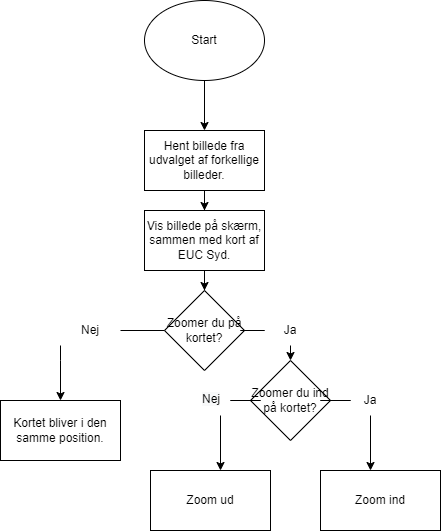
EUCSydGuessr/SDB-EUC-Syd-Guessr keeps this draw.io diagram as Rutediagram program.drawio.png. Above is the earlier version. Source tidied: cells renumbered, new cells last; positions are measured from the earlier drawing's top-left corner, leaving out a move shared by most shapes.
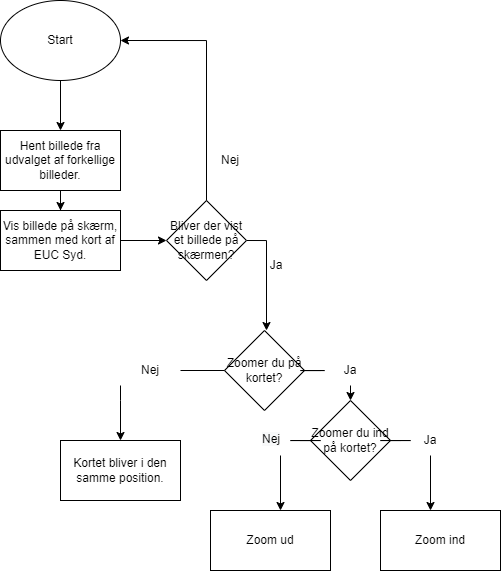
After the commit.

The edit, as a diff of the source:
```diff
@@ -6,19 +6,19 @@
       <mxGeometry relative="1" as="geometry" />
     </mxCell>
     <mxCell id="3" value="Start" style="ellipse;whiteSpace=wrap;html=1;" parent="1" vertex="1">
-      <mxGeometry x="144" width="120" height="80" as="geometry" />
+      <mxGeometry x="-60" y="-40" width="120" height="80" as="geometry" />
     </mxCell>
     <mxCell id="4" style="edgeStyle=orthogonalEdgeStyle;rounded=0;jettySize=auto;html=1;" parent="1" edge="1" source="5" target="7">
       <mxGeometry relative="1" as="geometry" />
     </mxCell>
     <mxCell id="5" value="Hent billede fra udvalget af forkellige billeder." style="whiteSpace=wrap;html=1;" parent="1" vertex="1">
-      <mxGeometry x="144" y="130" width="120" height="60" as="geometry" />
+      <mxGeometry x="-60" y="90" width="120" height="60" as="geometry" />
     </mxCell>
-    <mxCell id="6" style="edgeStyle=orthogonalEdgeStyle;rounded=0;jettySize=auto;html=1;" parent="1" edge="1" source="7" target="10">
-      <mxGeometry relative="1" as="geometry" />
-    </mxCell>
+    <mxCell id="25" style="edgeStyle=orthogonalEdgeStyle;rounded=0;jettySize=auto;html=1;" parent="1" edge="1" source="7" target="28">
+      <mxGeometry relative="1" as="geometry" />
+    </mxCell>
     <mxCell id="7" value="Vis billede på skærm, sammen med kort af EUC Syd." style="whiteSpace=wrap;html=1;" parent="1" vertex="1">
-      <mxGeometry x="144" y="210" width="120" height="60" as="geometry" />
+      <mxGeometry x="-60" y="170" width="120" height="60" as="geometry" />
     </mxCell>
     <mxCell id="8" style="edgeStyle=orthogonalEdgeStyle;rounded=0;jettySize=auto;html=1;startArrow=none;" parent="1" edge="1" source="12" target="11">
       <mxGeometry relative="1" as="geometry">
@@ -88,5 +88,38 @@
     <mxCell id="24" style="edgeStyle=orthogonalEdgeStyle;rounded=0;jettySize=auto;html=1;endArrow=none;" parent="1" edge="1" source="16" target="23">
       <mxGeometry relative="1" as="geometry" />
     </mxCell>
+    <mxCell id="26" style="edgeStyle=orthogonalEdgeStyle;rounded=0;jettySize=auto;html=1;exitX=1;exitY=0.5;exitDx=0;exitDy=0;" parent="1" edge="1" source="28">
+      <mxGeometry relative="1" as="geometry">
+        <mxPoint x="206" y="290" as="targetPoint" />
+        <Array as="points">
+          <mxPoint x="206" y="200" />
+        </Array>
+      </mxGeometry>
+    </mxCell>
+    <mxCell id="27" style="edgeStyle=orthogonalEdgeStyle;rounded=0;jettySize=auto;html=1;entryX=1;entryY=0.5;entryDx=0;entryDy=0;startArrow=none;" parent="1" edge="1" target="3">
+      <mxGeometry relative="1" as="geometry">
+        <mxPoint x="146" y="120" as="sourcePoint" />
+        <Array as="points">
+          <mxPoint x="146" />
+        </Array>
+      </mxGeometry>
+    </mxCell>
+    <mxCell id="28" value="Bliver der vist et billede på skærmen?" style="rhombus;whiteSpace=wrap;html=1;" parent="1" vertex="1">
+      <mxGeometry x="106" y="160" width="80" height="80" as="geometry" />
+    </mxCell>
+    <mxCell id="29" style="edgeStyle=orthogonalEdgeStyle;rounded=0;jettySize=auto;html=1;entryX=0.5;entryY=1;entryDx=0;entryDy=0;endArrow=none;" parent="1" edge="1" source="28">
+      <mxGeometry relative="1" as="geometry">
+        <mxPoint x="146" y="150" as="targetPoint" />
+        <Array as="points">
+          <mxPoint x="146" y="65" />
+        </Array>
+      </mxGeometry>
+    </mxCell>
+    <mxCell id="30" value="Ja" style="text;html=1;strokeColor=none;fillColor=none;align=center;verticalAlign=middle;whiteSpace=wrap;rounded=0;" parent="1" vertex="1">
+      <mxGeometry x="186" y="210" width="60" height="30" as="geometry" />
+    </mxCell>
+    <mxCell id="31" value="Nej" style="text;html=1;strokeColor=none;fillColor=none;align=center;verticalAlign=middle;whiteSpace=wrap;rounded=0;" parent="1" vertex="1">
+      <mxGeometry x="140" y="105" width="60" height="30" as="geometry" />
+    </mxCell>
   </root>
 </mxGraphModel>
```
